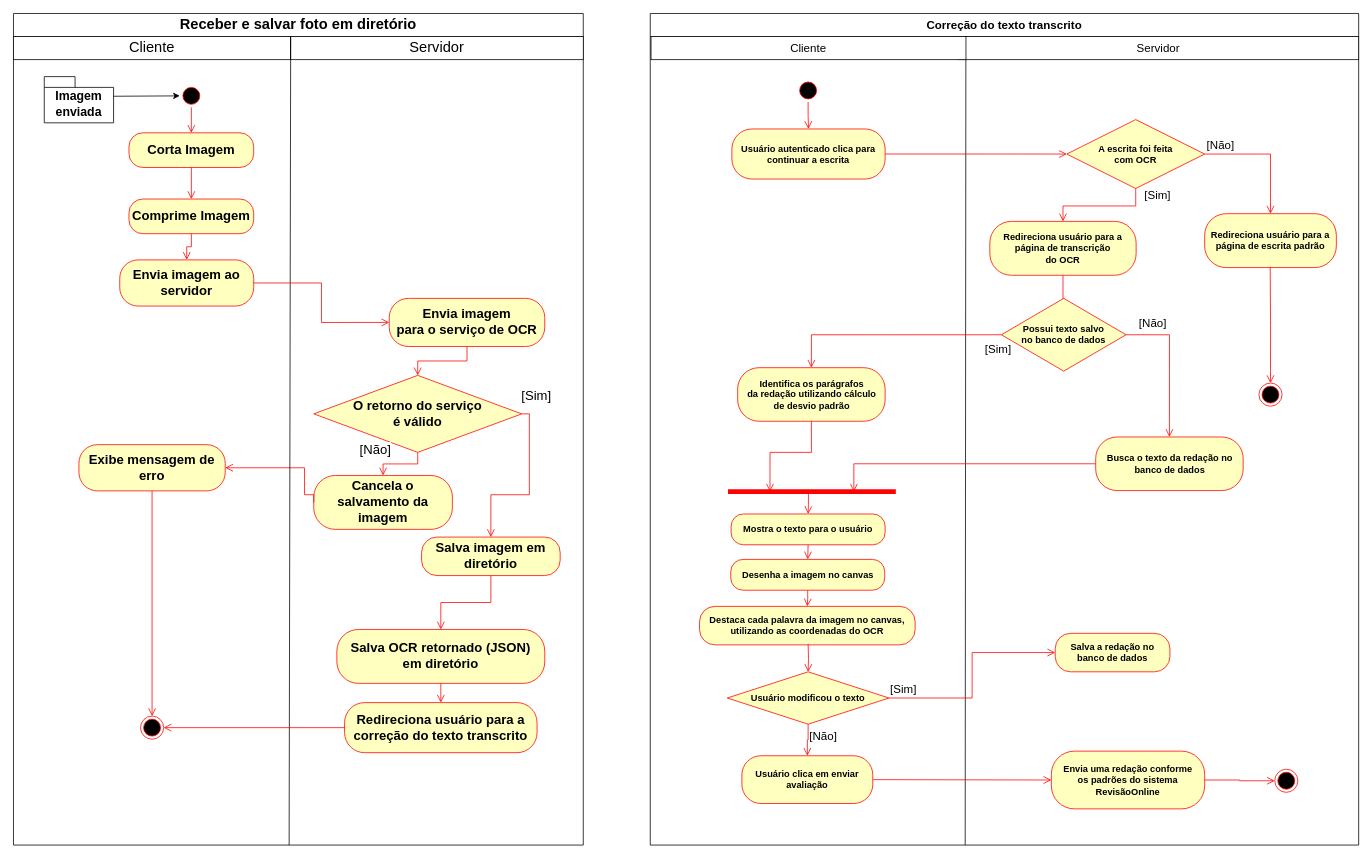
The draw.io diagram Atividade.drawio in zanellaz/javascripto, before the edit. Source tidied: cells renumbered, new cells numbered last; positions are measured from the earlier drawing's top-left corner, leaving out a move shared by most shapes. Both pictures are drawn from the tidied source at 77%, with x=0, y=0 at pixel (13, 13).
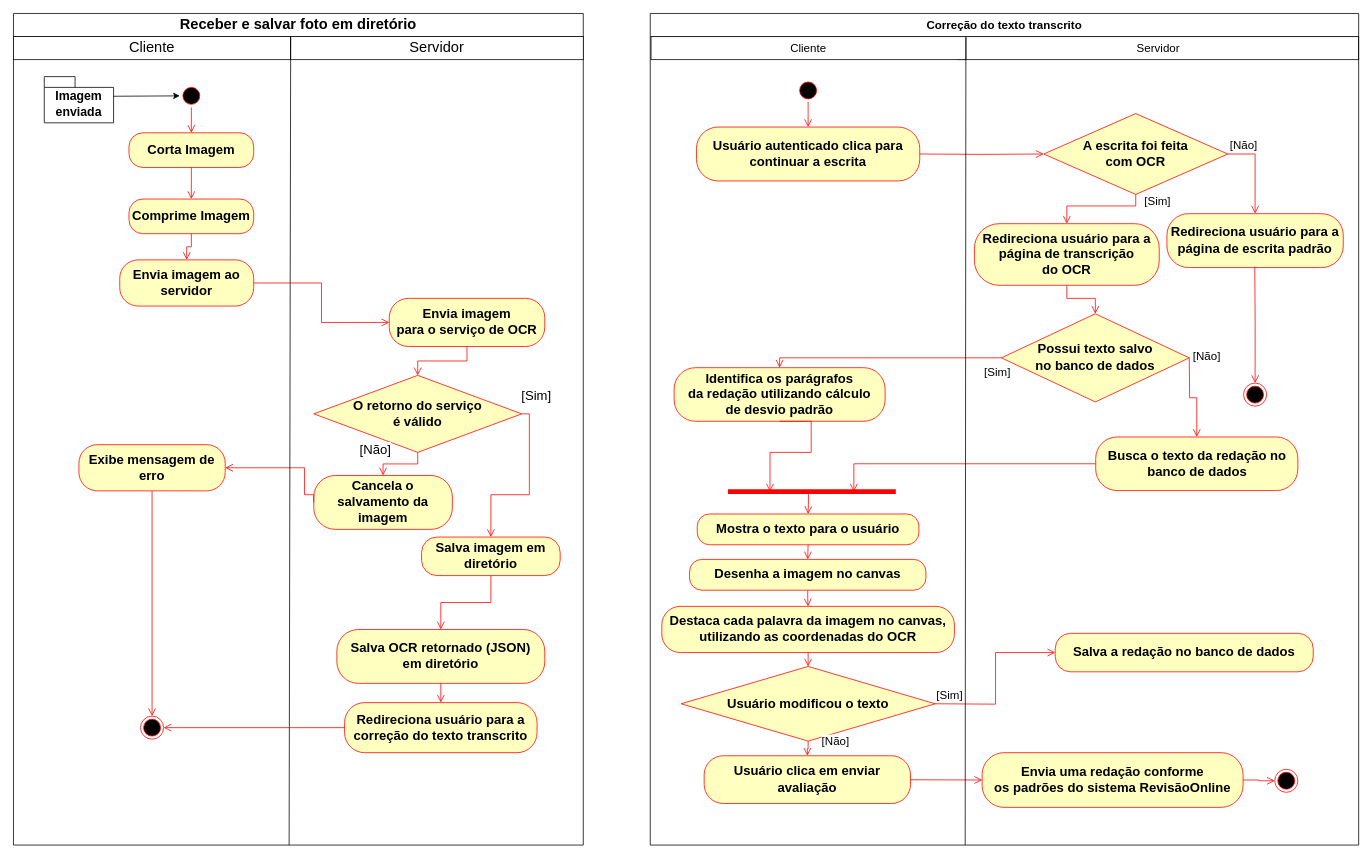
The same diagram, later.

The change refers to these unchanged cells:
```xml
<mxCell id="40" style="ellipse;html=1;shape=startState;fillColor=#000000;strokeColor=#ff0000;" parent="1" vertex="1">
  <mxGeometry x="1017" y="85" width="30" height="30" as="geometry" />
</mxCell>
```

The edit, as a diff of the source:
```diff
@@
-    <mxCell id="26" value="&lt;font style=&quot;font-size: 15px;&quot;&gt;Correção do texto transcrito&lt;/font&gt;" style="swimlane;whiteSpace=wrap;html=1;startSize=30;" parent="1" vertex="1">
-      <mxGeometry x="827" width="920" height="1080" as="geometry" />
-    </mxCell>
-    <mxCell id="27" style="endArrow=none;html=1;rounded=0;entryX=0.021;entryY=0.04;entryDx=0;entryDy=0;entryPerimeter=0;" parent="26" edge="1">
-      <mxGeometry relative="1" as="geometry">
-        <mxPoint x="409" y="1080" as="sourcePoint" />
-        <mxPoint x="409.9" y="31.2" as="targetPoint" />
-      </mxGeometry>
-    </mxCell>
-    <mxCell id="28" value="&lt;b&gt;Usuário modificou o texto&lt;br&gt;&lt;/b&gt;" style="rhombus;whiteSpace=wrap;html=1;fontColor=#000000;fillColor=#ffffc0;strokeColor=#ff0000;" parent="26" vertex="1">
-      <mxGeometry x="100" y="855" width="210" height="68" as="geometry" />
-    </mxCell>
-    <mxCell id="29" value="&lt;b&gt;Usuário clica em enviar avaliação&lt;/b&gt;" style="rounded=1;whiteSpace=wrap;html=1;arcSize=40;fontColor=#000000;fillColor=#ffffc0;strokeColor=#ff0000;" parent="26" vertex="1">
-      <mxGeometry x="119" y="964" width="170" height="62" as="geometry" />
-    </mxCell>
-    <mxCell id="30" value="&lt;font style=&quot;font-size: 15px;&quot;&gt;[Não]&lt;/font&gt;" style="edgeStyle=orthogonalEdgeStyle;html=1;align=left;verticalAlign=top;endArrow=open;endSize=8;strokeColor=#ff0000;rounded=0;entryX=0.5;entryY=0;entryDx=0;entryDy=0;" parent="26" edge="1" source="28" target="29">
-      <mxGeometry x="-1" relative="1" as="geometry" />
-    </mxCell>
@@
-    <mxCell id="33" value="&lt;b&gt;A escrita foi feita &lt;br&gt;com OCR&lt;/b&gt;" style="rhombus;whiteSpace=wrap;html=1;fontColor=#000000;fillColor=#ffffc0;strokeColor=#ff0000;" parent="1" vertex="1">
-      <mxGeometry x="1368" y="137.8" width="179" height="89.5" as="geometry" />
+    <mxCell id="33" value="&lt;font style=&quot;font-size: 17px;&quot;&gt;&lt;b&gt;A escrita foi feita &lt;br&gt;com OCR&lt;/b&gt;&lt;/font&gt;" style="rhombus;whiteSpace=wrap;html=1;fontColor=#000000;fillColor=#ffffc0;strokeColor=#ff0000;" parent="1" vertex="1">
+      <mxGeometry x="1338" y="130" width="239" height="105" as="geometry" />
     </mxCell>
     <mxCell id="34" value="&lt;font style=&quot;font-size: 15px;&quot;&gt;[Não]&lt;/font&gt;" style="edgeStyle=orthogonalEdgeStyle;html=1;align=left;verticalAlign=bottom;endArrow=open;endSize=8;strokeColor=#ff0000;rounded=0;exitX=1;exitY=0.5;exitDx=0;exitDy=0;entryX=0.5;entryY=0;entryDx=0;entryDy=0;" parent="1" edge="1" source="33" target="52">
       <mxGeometry x="-0.99" relative="1" as="geometry">
         <Array as="points">
-          <mxPoint x="1633" y="182" />
+          <mxPoint x="1613" y="182" />
         </Array>
       </mxGeometry>
     </mxCell>
     <mxCell id="35" value="&lt;font style=&quot;font-size: 15px;&quot;&gt;[Sim]&lt;/font&gt;" style="edgeStyle=orthogonalEdgeStyle;html=1;align=left;verticalAlign=top;endArrow=open;endSize=8;strokeColor=#ff0000;rounded=0;exitX=0.5;exitY=1;exitDx=0;exitDy=0;entryX=0.5;entryY=0;entryDx=0;entryDy=0;" parent="1" edge="1" source="33" target="37">
       <mxGeometry x="-1" y="12" relative="1" as="geometry">
         <Array as="points">
-          <mxPoint x="1458" y="250" />
-          <mxPoint x="1363" y="250" />
+          <mxPoint x="1457" y="250" />
+          <mxPoint x="1368" y="250" />
         </Array>
         <mxPoint x="-3" y="-7" as="offset" />
       </mxGeometry>
     </mxCell>
-    <mxCell id="36" style="edgeStyle=orthogonalEdgeStyle;html=1;align=left;verticalAlign=top;endArrow=open;endSize=8;strokeColor=#ff0000;rounded=0;exitX=0.5;exitY=1;exitDx=0;exitDy=0;entryX=0.5;entryY=0;entryDx=0;entryDy=0;" parent="1" edge="1" source="37" target="59">
+    <mxCell id="36" style="edgeStyle=orthogonalEdgeStyle;html=1;align=left;verticalAlign=top;endArrow=open;endSize=8;strokeColor=#ff0000;rounded=0;exitX=0.5;exitY=1;exitDx=0;exitDy=0;entryX=0.5;entryY=0;entryDx=0;entryDy=0;" parent="1" edge="1" source="37">
       <mxGeometry x="-1" y="12" relative="1" as="geometry">
+        <mxPoint x="1405" y="390" as="targetPoint" />
         <Array as="points">
-          <mxPoint x="1363" y="380" />
-          <mxPoint x="1364" y="380" />
+          <mxPoint x="1368" y="370" />
+          <mxPoint x="1405" y="370" />
         </Array>
         <mxPoint x="-3" y="-7" as="offset" />
       </mxGeometry>
     </mxCell>
-    <mxCell id="37" value="&lt;b&gt;Redireciona usuário para a página de transcrição &lt;br&gt;do OCR&lt;br&gt;&lt;/b&gt;" style="rounded=1;whiteSpace=wrap;html=1;arcSize=40;fontColor=#000000;fillColor=#ffffc0;strokeColor=#ff0000;" parent="1" vertex="1">
-      <mxGeometry x="1268" y="270" width="190" height="70" as="geometry" />
+    <mxCell id="37" value="&lt;font style=&quot;font-size: 17px;&quot;&gt;&lt;b&gt;Redireciona usuário para a página de transcrição &lt;br&gt;do OCR&lt;br&gt;&lt;/b&gt;&lt;/font&gt;" style="rounded=1;whiteSpace=wrap;html=1;arcSize=40;fontColor=#000000;fillColor=#ffffc0;strokeColor=#ff0000;" parent="1" vertex="1">
+      <mxGeometry x="1248" y="273" width="240" height="80" as="geometry" />
     </mxCell>
-    <mxCell id="38" value="&lt;font style=&quot;font-size: 15px;&quot;&gt;[Sim]&lt;/font&gt;" style="edgeStyle=orthogonalEdgeStyle;html=1;align=left;verticalAlign=top;endArrow=open;endSize=8;strokeColor=#ff0000;rounded=0;exitX=0;exitY=0.5;exitDx=0;exitDy=0;entryX=0.5;entryY=0;entryDx=0;entryDy=0;" parent="1" edge="1" source="59" target="44">
+    <mxCell id="38" value="&lt;font style=&quot;font-size: 15px;&quot;&gt;[Sim]&lt;/font&gt;" style="edgeStyle=orthogonalEdgeStyle;html=1;align=left;verticalAlign=top;endArrow=open;endSize=8;strokeColor=#ff0000;rounded=0;exitX=0;exitY=0.5;exitDx=0;exitDy=0;entryX=0.5;entryY=0;entryDx=0;entryDy=0;" parent="1" edge="1" target="44">
       <mxGeometry x="-0.84" y="3" relative="1" as="geometry">
+        <mxPoint x="1283" y="447.2" as="sourcePoint" />
         <Array as="points">
-          <mxPoint x="1036" y="417" />
+          <mxPoint x="995" y="447" />
         </Array>
       </mxGeometry>
     </mxCell>
-    <mxCell id="39" style="edgeStyle=orthogonalEdgeStyle;html=1;verticalAlign=bottom;endArrow=open;endSize=8;strokeColor=#ff0000;rounded=0;exitX=1;exitY=0.5;exitDx=0;exitDy=0;entryX=0;entryY=0.5;entryDx=0;entryDy=0;" parent="1" edge="1" source="42" target="33">
-      <mxGeometry relative="1" as="geometry" />
+    <mxCell id="39" style="edgeStyle=orthogonalEdgeStyle;html=1;verticalAlign=bottom;endArrow=open;endSize=8;strokeColor=#ff0000;rounded=0;exitX=1;exitY=0.5;exitDx=0;exitDy=0;entryX=0;entryY=0.5;entryDx=0;entryDy=0;" parent="1" edge="1" target="33">
+      <mxGeometry relative="1" as="geometry">
+        <mxPoint x="1177" y="182.5" as="sourcePoint" />
+      </mxGeometry>
     </mxCell>
@@
-    <mxCell id="41" style="edgeStyle=orthogonalEdgeStyle;html=1;verticalAlign=bottom;endArrow=open;endSize=8;strokeColor=#ff0000;rounded=0;exitX=0.5;exitY=1;exitDx=0;exitDy=0;entryX=0.5;entryY=0;entryDx=0;entryDy=0;" parent="1" edge="1" source="40" target="42">
-      <mxGeometry relative="1" as="geometry" />
+    <mxCell id="41" style="edgeStyle=orthogonalEdgeStyle;html=1;verticalAlign=bottom;endArrow=open;endSize=8;strokeColor=#ff0000;rounded=0;exitX=0.5;exitY=1;exitDx=0;exitDy=0;entryX=0.5;entryY=0;entryDx=0;entryDy=0;" parent="1" edge="1" source="40">
+      <mxGeometry relative="1" as="geometry">
+        <mxPoint x="1032" y="147.5" as="targetPoint" />
+      </mxGeometry>
     </mxCell>
-    <mxCell id="42" value="&lt;b&gt;Usuário autenticado clica para continuar a escrita&lt;br&gt;&lt;/b&gt;" style="rounded=1;whiteSpace=wrap;html=1;arcSize=40;fontColor=#000000;fillColor=#ffffc0;strokeColor=#ff0000;" parent="1" vertex="1">
-      <mxGeometry x="933" y="150" width="199" height="65" as="geometry" />
-    </mxCell>
@@
-    <mxCell id="44" value="&lt;b&gt;Identifica os parágrafos &lt;br&gt;da redação utilizando cálculo&lt;br&gt; de desvio padrão&lt;br&gt;&lt;/b&gt;" style="rounded=1;whiteSpace=wrap;html=1;arcSize=40;fontColor=#000000;fillColor=#ffffc0;strokeColor=#ff0000;" parent="1" vertex="1">
-      <mxGeometry x="940.5" y="460" width="191.5" height="69.6" as="geometry" />
+    <mxCell id="44" value="&lt;font style=&quot;font-size: 17px;&quot;&gt;&lt;b&gt;Identifica os parágrafos &lt;br&gt;da redação utilizando cálculo&lt;br&gt; de desvio padrão&lt;br&gt;&lt;/b&gt;&lt;/font&gt;" style="rounded=1;whiteSpace=wrap;html=1;arcSize=40;fontColor=#000000;fillColor=#ffffc0;strokeColor=#ff0000;" parent="1" vertex="1">
+      <mxGeometry x="858" y="460" width="274" height="69.6" as="geometry" />
     </mxCell>
-    <mxCell id="45" value="&lt;b&gt;Mostra o texto para o usuário&lt;br&gt;&lt;/b&gt;" style="rounded=1;whiteSpace=wrap;html=1;arcSize=40;fontColor=#000000;fillColor=#ffffc0;strokeColor=#ff0000;" parent="1" vertex="1">
-      <mxGeometry x="932" y="650" width="200" height="40" as="geometry" />
+    <mxCell id="45" value="&lt;font style=&quot;font-size: 17px;&quot;&gt;&lt;b&gt;Mostra o texto para o usuário&lt;br&gt;&lt;/b&gt;&lt;/font&gt;" style="rounded=1;whiteSpace=wrap;html=1;arcSize=40;fontColor=#000000;fillColor=#ffffc0;strokeColor=#ff0000;" parent="1" vertex="1">
+      <mxGeometry x="888" y="650" width="287.9" height="40" as="geometry" />
     </mxCell>
@@
-    <mxCell id="50" value="&lt;b&gt;Desenha a imagem no canvas&lt;br&gt;&lt;/b&gt;" style="rounded=1;whiteSpace=wrap;html=1;arcSize=40;fontColor=#000000;fillColor=#ffffc0;strokeColor=#ff0000;" parent="1" vertex="1">
-      <mxGeometry x="931.5" y="709" width="200" height="40" as="geometry" />
+    <mxCell id="50" value="&lt;font style=&quot;font-size: 17px;&quot;&gt;&lt;b&gt;Desenha a imagem no canvas&lt;br&gt;&lt;/b&gt;&lt;/font&gt;" style="rounded=1;whiteSpace=wrap;html=1;arcSize=40;fontColor=#000000;fillColor=#ffffc0;strokeColor=#ff0000;" parent="1" vertex="1">
+      <mxGeometry x="878" y="709" width="307" height="40" as="geometry" />
     </mxCell>
@@
-    <mxCell id="52" value="&lt;b&gt;Redireciona usuário para a página de escrita padrão&lt;br&gt;&lt;/b&gt;" style="rounded=1;whiteSpace=wrap;html=1;arcSize=40;fontColor=#000000;fillColor=#ffffc0;strokeColor=#ff0000;" parent="1" vertex="1">
-      <mxGeometry x="1547" y="260" width="171" height="70" as="geometry" />
+    <mxCell id="52" value="&lt;font style=&quot;font-size: 17px;&quot;&gt;&lt;b&gt;Redireciona usuário para a página de escrita padrão&lt;br&gt;&lt;/b&gt;&lt;/font&gt;" style="rounded=1;whiteSpace=wrap;html=1;arcSize=40;fontColor=#000000;fillColor=#ffffc0;strokeColor=#ff0000;" parent="1" vertex="1">
+      <mxGeometry x="1498" y="260" width="229" height="70" as="geometry" />
     </mxCell>
     <mxCell id="53" style="edgeStyle=orthogonalEdgeStyle;html=1;align=left;verticalAlign=top;endArrow=open;endSize=8;strokeColor=#ff0000;rounded=0;exitX=0.5;exitY=1;exitDx=0;exitDy=0;entryX=0.5;entryY=0;entryDx=0;entryDy=0;" parent="1" edge="1" target="54">
       <mxGeometry x="-1" y="12" relative="1" as="geometry">
-        <mxPoint x="1632.1" y="329" as="sourcePoint" />
+        <mxPoint x="1612.1" y="329" as="sourcePoint" />
         <mxPoint x="-3" y="-7" as="offset" />
       </mxGeometry>
     </mxCell>
     <mxCell id="54" style="ellipse;html=1;shape=endState;fillColor=#000000;strokeColor=#ff0000;" parent="1" vertex="1">
-      <mxGeometry x="1617.5" y="480" width="30" height="30" as="geometry" />
+      <mxGeometry x="1597.5" y="480" width="30" height="30" as="geometry" />
     </mxCell>
-    <mxCell id="55" style="edgeStyle=orthogonalEdgeStyle;html=1;align=left;verticalAlign=top;endArrow=open;endSize=8;strokeColor=#ff0000;rounded=0;exitX=1;exitY=0.5;exitDx=0;exitDy=0;entryX=0;entryY=0.5;entryDx=0;entryDy=0;" parent="1" edge="1" source="29" target="56">
+    <mxCell id="55" style="edgeStyle=orthogonalEdgeStyle;html=1;align=left;verticalAlign=top;endArrow=open;endSize=8;strokeColor=#ff0000;rounded=0;exitX=1;exitY=0.5;exitDx=0;exitDy=0;entryX=0;entryY=0.5;entryDx=0;entryDy=0;" parent="1" edge="1" target="56">
       <mxGeometry x="-0.99" y="2" relative="1" as="geometry">
+        <mxPoint x="1165" y="995" as="sourcePoint" />
         <Array as="points">
           <mxPoint x="1117" y="996" />
         </Array>
         <mxPoint x="-2" y="1" as="offset" />
       </mxGeometry>
     </mxCell>
-    <mxCell id="56" value="&lt;b&gt;Envia uma redação conforme&lt;br&gt; os padrões do sistema RevisãoOnline&lt;/b&gt;" style="rounded=1;whiteSpace=wrap;html=1;arcSize=40;fontColor=#000000;fillColor=#ffffc0;strokeColor=#ff0000;" parent="1" vertex="1">
-      <mxGeometry x="1347.9" y="958" width="199.1" height="75" as="geometry" />
+    <mxCell id="56" value="&lt;font style=&quot;font-size: 17px;&quot;&gt;&lt;b&gt;Envia uma redação conforme&lt;br&gt; os padrões do sistema RevisãoOnline&lt;/b&gt;&lt;/font&gt;" style="rounded=1;whiteSpace=wrap;html=1;arcSize=40;fontColor=#000000;fillColor=#ffffc0;strokeColor=#ff0000;" parent="1" vertex="1">
+      <mxGeometry x="1258" y="960" width="338.9" height="71" as="geometry" />
     </mxCell>
@@
-    <mxCell id="59" value="&lt;b&gt;Possui texto salvo&lt;br&gt; no banco de dados&lt;/b&gt;" style="rhombus;whiteSpace=wrap;html=1;fontColor=#000000;fillColor=#ffffc0;strokeColor=#ff0000;" parent="1" vertex="1">
-      <mxGeometry x="1283" y="370" width="161.9" height="94.5" as="geometry" />
-    </mxCell>
-    <mxCell id="60" value="&lt;b&gt;Busca o texto da redação no banco de dados&lt;br&gt;&lt;/b&gt;" style="rounded=1;whiteSpace=wrap;html=1;arcSize=40;fontColor=#000000;fillColor=#ffffc0;strokeColor=#ff0000;" parent="1" vertex="1">
-      <mxGeometry x="1405.5" y="550" width="191.5" height="69.6" as="geometry" />
+    <mxCell id="60" value="&lt;font style=&quot;font-size: 17px;&quot;&gt;&lt;b&gt;Busca o texto da redação no banco de dados&lt;br&gt;&lt;/b&gt;&lt;/font&gt;" style="rounded=1;whiteSpace=wrap;html=1;arcSize=40;fontColor=#000000;fillColor=#ffffc0;strokeColor=#ff0000;" parent="1" vertex="1">
+      <mxGeometry x="1405.5" y="550" width="262.5" height="69.6" as="geometry" />
     </mxCell>
-    <mxCell id="61" value="&lt;font style=&quot;font-size: 15px;&quot;&gt;[Não]&lt;/font&gt;" style="edgeStyle=orthogonalEdgeStyle;html=1;align=left;verticalAlign=bottom;endArrow=open;endSize=8;strokeColor=#ff0000;rounded=0;exitX=1;exitY=0.5;exitDx=0;exitDy=0;entryX=0.5;entryY=0;entryDx=0;entryDy=0;" parent="1" edge="1" source="59" target="60">
-      <mxGeometry x="-0.84" y="3" relative="1" as="geometry" />
+    <mxCell id="61" value="&lt;font style=&quot;font-size: 15px;&quot;&gt;[Não]&lt;/font&gt;" style="edgeStyle=orthogonalEdgeStyle;html=1;align=left;verticalAlign=bottom;endArrow=open;endSize=8;strokeColor=#ff0000;rounded=0;exitX=1;exitY=0.5;exitDx=0;exitDy=0;entryX=0.5;entryY=0;entryDx=0;entryDy=0;" parent="1" edge="1" target="60">
+      <mxGeometry x="-0.84" y="3" relative="1" as="geometry">
+        <mxPoint x="1527" y="447.2" as="sourcePoint" />
+      </mxGeometry>
     </mxCell>
-    <mxCell id="62" value="&lt;b&gt;Salva a redação no banco de dados&lt;br&gt;&lt;/b&gt;" style="rounded=1;whiteSpace=wrap;html=1;arcSize=40;fontColor=#000000;fillColor=#ffffc0;strokeColor=#ff0000;" parent="1" vertex="1">
-      <mxGeometry x="1352.9" y="805" width="149" height="50" as="geometry" />
+    <mxCell id="62" value="&lt;font style=&quot;font-size: 17px;&quot;&gt;&lt;b&gt;Salva a redação no banco de dados&lt;br&gt;&lt;/b&gt;&lt;/font&gt;" style="rounded=1;whiteSpace=wrap;html=1;arcSize=40;fontColor=#000000;fillColor=#ffffc0;strokeColor=#ff0000;" parent="1" vertex="1">
+      <mxGeometry x="1352.9" y="805" width="335.1" height="50" as="geometry" />
     </mxCell>
-    <mxCell id="63" value="&lt;font style=&quot;font-size: 15px;&quot;&gt;[Sim]&lt;/font&gt;" style="edgeStyle=orthogonalEdgeStyle;html=1;align=left;verticalAlign=bottom;endArrow=open;endSize=8;strokeColor=#ff0000;rounded=0;entryX=0;entryY=0.5;entryDx=0;entryDy=0;" parent="1" edge="1" source="28" target="62">
-      <mxGeometry x="-1" relative="1" as="geometry" />
+    <mxCell id="63" value="&lt;font style=&quot;font-size: 15px;&quot;&gt;[Sim]&lt;/font&gt;" style="edgeStyle=orthogonalEdgeStyle;html=1;align=left;verticalAlign=bottom;endArrow=open;endSize=8;strokeColor=#ff0000;rounded=0;entryX=0;entryY=0.5;entryDx=0;entryDy=0;" parent="1" edge="1" target="62">
+      <mxGeometry x="-1" relative="1" as="geometry">
+        <mxPoint x="1196.9" y="896.5" as="sourcePoint" />
+      </mxGeometry>
     </mxCell>
-    <mxCell id="64" value="&lt;b&gt;Destaca cada palavra da imagem no canvas, utilizando as coordenadas do OCR&lt;br&gt;&lt;/b&gt;" style="rounded=1;whiteSpace=wrap;html=1;arcSize=40;fontColor=#000000;fillColor=#ffffc0;strokeColor=#ff0000;" parent="1" vertex="1">
-      <mxGeometry x="891" y="770" width="280" height="50" as="geometry" />
+    <mxCell id="64" value="&lt;font style=&quot;font-size: 17px;&quot;&gt;&lt;b&gt;Destaca cada palavra da imagem no canvas, utilizando as coordenadas do OCR&lt;br&gt;&lt;/b&gt;&lt;/font&gt;" style="rounded=1;whiteSpace=wrap;html=1;arcSize=40;fontColor=#000000;fillColor=#ffffc0;strokeColor=#ff0000;" parent="1" vertex="1">
+      <mxGeometry x="842" y="770" width="380" height="60" as="geometry" />
     </mxCell>
-    <mxCell id="65" style="edgeStyle=orthogonalEdgeStyle;html=1;align=left;verticalAlign=top;endArrow=open;endSize=8;strokeColor=#ff0000;rounded=0;exitX=0.5;exitY=1;exitDx=0;exitDy=0;entryX=0.5;entryY=0;entryDx=0;entryDy=0;" parent="1" edge="1" target="28">
+    <mxCell id="65" style="edgeStyle=orthogonalEdgeStyle;html=1;align=left;verticalAlign=top;endArrow=open;endSize=8;strokeColor=#ff0000;rounded=0;exitX=0.5;exitY=1;exitDx=0;exitDy=0;entryX=0.5;entryY=0;entryDx=0;entryDy=0;" parent="1" edge="1" source="64">
       <mxGeometry x="-1" relative="1" as="geometry">
-        <mxPoint x="1032" y="819" as="sourcePoint" />
+        <mxPoint x="1032" y="848" as="targetPoint" />
       </mxGeometry>
     </mxCell>
@@
+    <mxCell id="26" value="&lt;font style=&quot;font-size: 15px;&quot;&gt;Correção do texto transcrito&lt;/font&gt;" style="swimlane;whiteSpace=wrap;html=1;startSize=30;" parent="1" vertex="1">
+      <mxGeometry x="827" width="920" height="1080" as="geometry" />
+    </mxCell>
+    <mxCell id="72" style="endArrow=none;html=1;rounded=0;entryX=0.021;entryY=0.04;entryDx=0;entryDy=0;entryPerimeter=0;" parent="26" edge="1">
+      <mxGeometry relative="1" as="geometry">
+        <mxPoint x="409" y="1080" as="sourcePoint" />
+        <mxPoint x="409.9" y="31.2" as="targetPoint" />
+      </mxGeometry>
+    </mxCell>
+    <mxCell id="28" value="&lt;font style=&quot;font-size: 17px;&quot;&gt;&lt;b&gt;Usuário modificou o texto&lt;br&gt;&lt;/b&gt;&lt;/font&gt;" style="rhombus;whiteSpace=wrap;html=1;fontColor=#000000;fillColor=#ffffc0;strokeColor=#ff0000;" parent="26" vertex="1">
+      <mxGeometry x="40" y="848" width="330" height="97" as="geometry" />
+    </mxCell>
+    <mxCell id="29" value="&lt;font style=&quot;font-size: 17px;&quot;&gt;&lt;b&gt;Usuário clica em enviar avaliação&lt;/b&gt;&lt;/font&gt;" style="rounded=1;whiteSpace=wrap;html=1;arcSize=40;fontColor=#000000;fillColor=#ffffc0;strokeColor=#ff0000;" parent="26" vertex="1">
+      <mxGeometry x="70" y="964" width="268" height="62" as="geometry" />
+    </mxCell>
+    <mxCell id="30" value="&lt;font style=&quot;font-size: 15px;&quot;&gt;[Não]&lt;/font&gt;" style="edgeStyle=orthogonalEdgeStyle;html=1;align=left;verticalAlign=top;endArrow=open;endSize=8;strokeColor=#ff0000;rounded=0;entryX=0.5;entryY=0;entryDx=0;entryDy=0;" parent="26" edge="1" source="28" target="29">
+      <mxGeometry x="-1" y="22" relative="1" as="geometry">
+        <mxPoint x="-6" y="-15" as="offset" />
+      </mxGeometry>
+    </mxCell>
+    <mxCell id="42" value="&lt;font style=&quot;font-size: 17px;&quot;&gt;&lt;b&gt;Usuário autenticado clica para continuar a escrita&lt;br&gt;&lt;/b&gt;&lt;/font&gt;" style="rounded=1;whiteSpace=wrap;html=1;arcSize=40;fontColor=#000000;fillColor=#ffffc0;strokeColor=#ff0000;" parent="26" vertex="1">
+      <mxGeometry x="60" y="147.5" width="290" height="70" as="geometry" />
+    </mxCell>
+    <mxCell id="59" value="&lt;font style=&quot;font-size: 17px;&quot;&gt;&lt;b&gt;Possui texto salvo&lt;br&gt; no banco de dados&lt;/b&gt;&lt;/font&gt;" style="rhombus;whiteSpace=wrap;html=1;fontColor=#000000;fillColor=#ffffc0;strokeColor=#ff0000;" parent="26" vertex="1">
+      <mxGeometry x="456" y="390" width="244" height="114.5" as="geometry" />
+    </mxCell>
```
